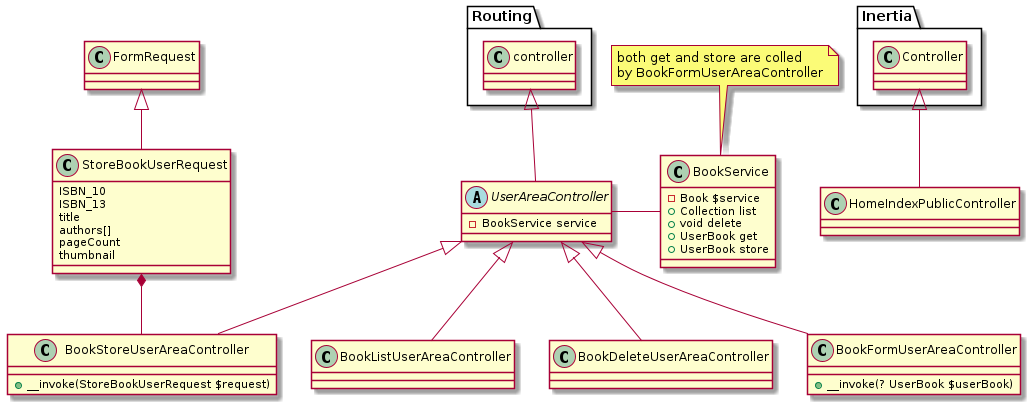
This is docs/User book CRUD diagram.png from rstriquer/readers-club, a PlantUML export, as it was before one commit.
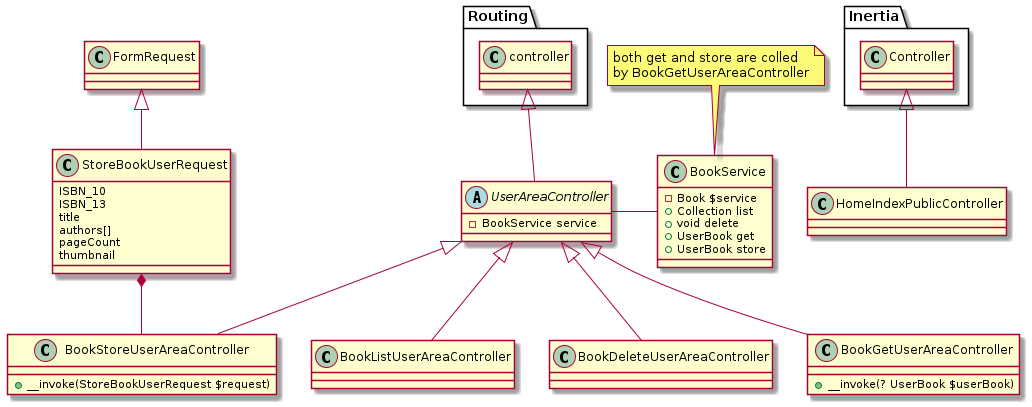
The same file after the commit.

Commit message:
Update diagram class name

What changed in the source:
```diff
@@ -10,7 +10,7 @@
 }
 note top of BookService
     both get and store are colled
-    by BookFormUserAreaController
+    by BookGetUserAreaController
 endnote
 class BookService {
     - Book $service
@@ -24,7 +24,7 @@
     + __invoke(StoreBookUserRequest $request)
 }
 class BookDeleteUserAreaController extends UserAreaController {}
-class BookFormUserAreaController extends UserAreaController {
+class BookGetUserAreaController extends UserAreaController {
     + __invoke(? UserBook $userBook)
 }
 class StoreBookUserRequest extends FormRequest {
```
